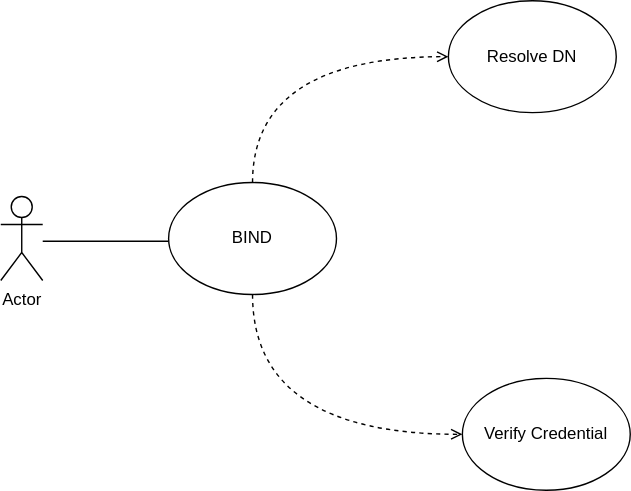
Above: Use Case 1 - Bind.drawio.svg in bartelsjoshuac/SAPG (draw.io), before the change. Source tidied: cells renumbered, new cells last; positions are measured from the earlier drawing's top-left corner, leaving out a move shared by most shapes.
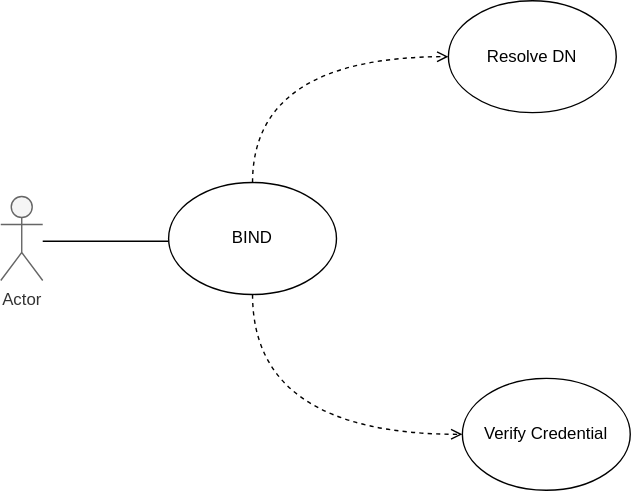
After the commit.

What changed in the source:
```diff
@@ -2,7 +2,7 @@
   <root>
     <mxCell id="0" />
     <mxCell id="1" parent="0" />
-    <mxCell id="2" value="Actor" style="shape=umlActor;verticalLabelPosition=bottom;verticalAlign=top;html=1;fillColor=default;" parent="1" vertex="1">
+    <mxCell id="2" value="Actor" style="shape=umlActor;verticalLabelPosition=bottom;verticalAlign=top;html=1;fillColor=#f5f5f5;fontColor=#333333;strokeColor=#666666;" parent="1" vertex="1">
       <mxGeometry y="140" width="30" height="60" as="geometry" />
     </mxCell>
     <mxCell id="3" style="endArrow=none;html=1;" parent="1" edge="1">
```
